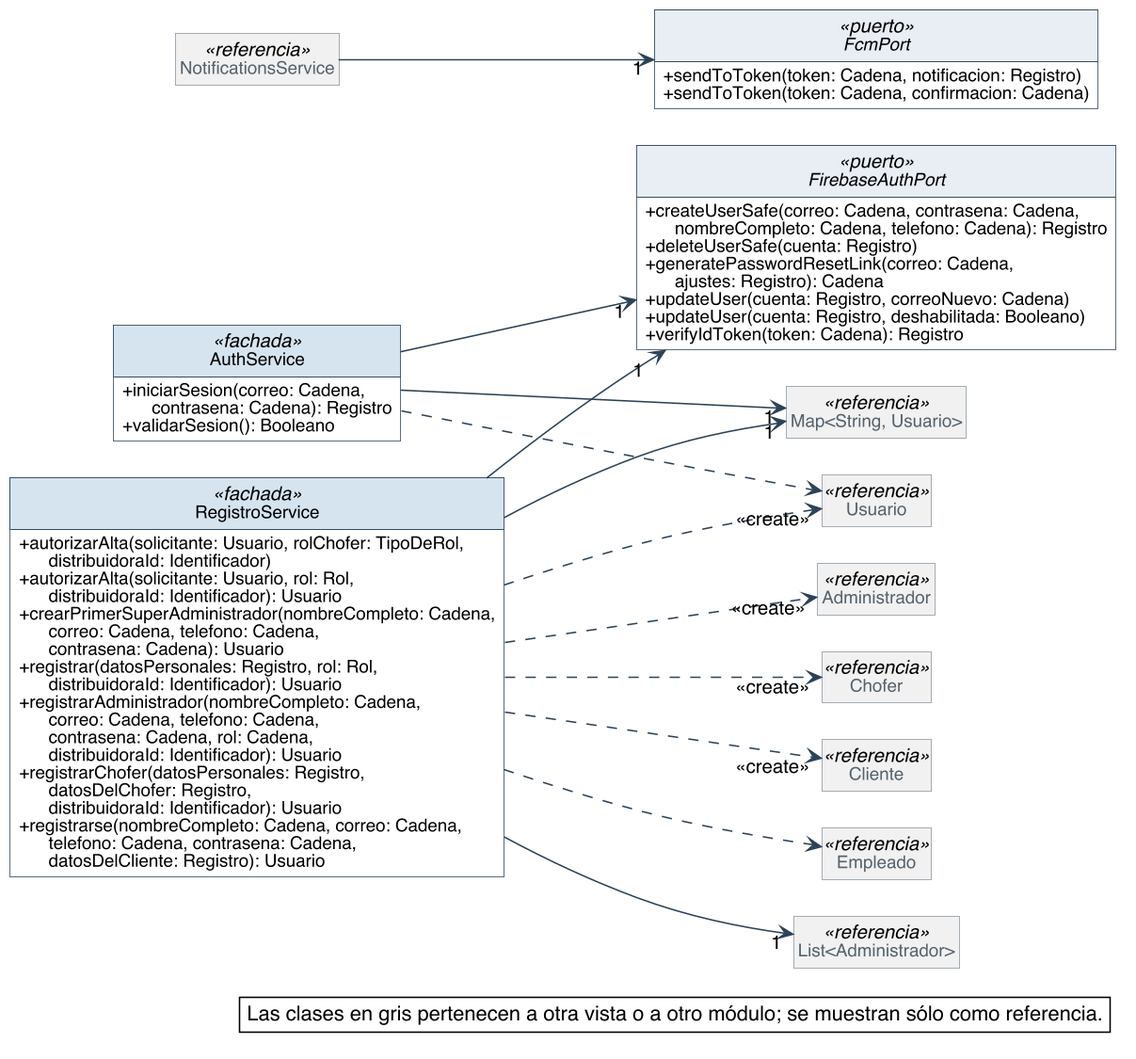
Nahuelito-Dev/splg-docs keeps this PlantUML diagram as diagramas/clases-diseno/DC_Mod_Sesion-y-registro.png. Above is the earlier version.
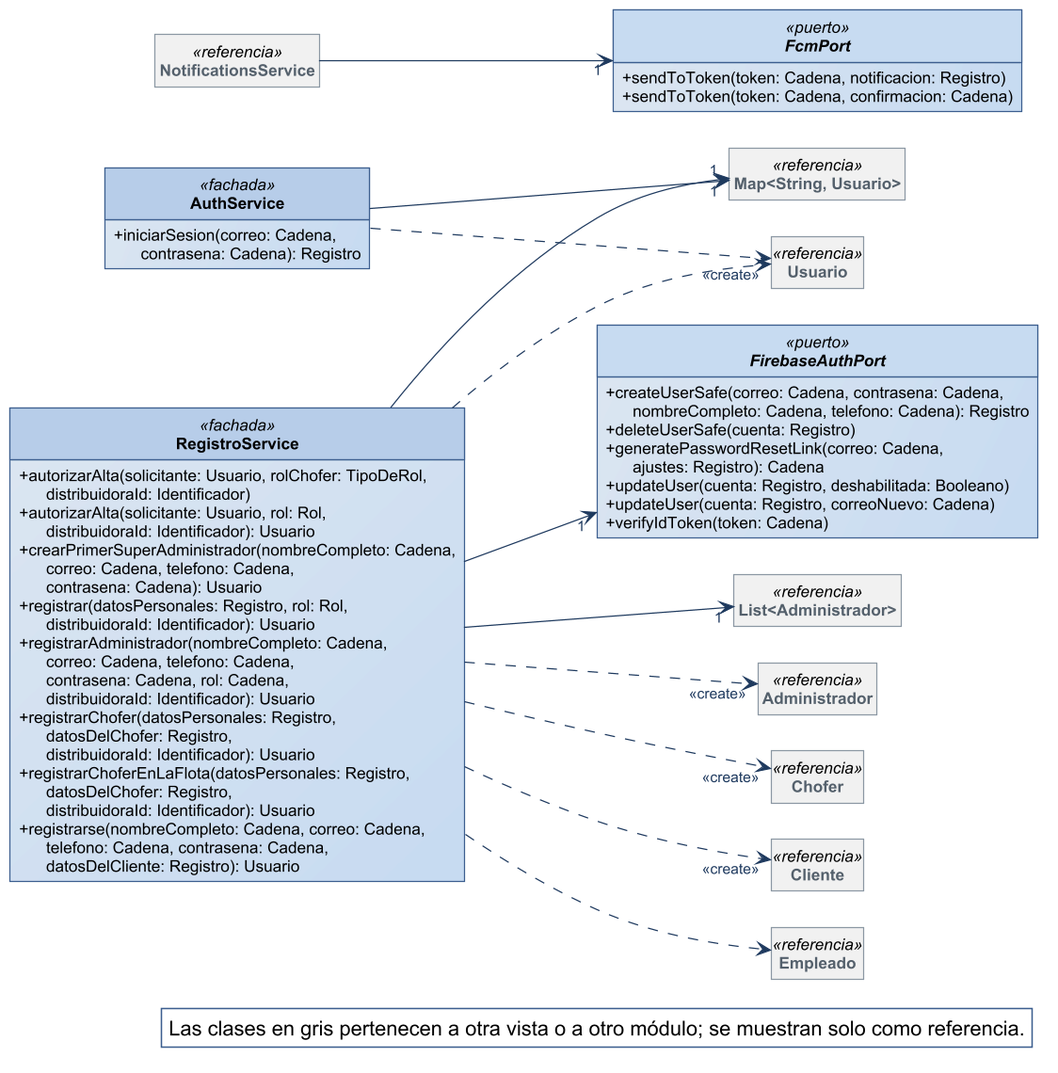
The same diagram one commit later.

What changed in the source:
```diff
@@ -1,59 +1,29 @@
 @startuml
-skinparam backgroundColor #FFFFFF
-skinparam shadowing false
-skinparam defaultFontName Helvetica
-skinparam defaultFontSize 13
-skinparam dpi 150
+!include ../estilo-vp.iuml
 skinparam nodesep 40
 skinparam ranksep 55
-skinparam classAttributeIconSize 0
-skinparam roundCorner 0
 skinparam genericDisplay old
-skinparam class {
-  BorderColor #2C4257
-  BackgroundColor #FFFFFF
-  ArrowColor #2C4257
-  FontSize 14
-  AttributeFontSize 12
-  HeaderBackgroundColor #E8EEF3
-}
 skinparam class<<referencia>> {
   BackgroundColor #F1F1F1
   BorderColor #8A97A3
   FontColor #55616C
 }
 skinparam class<<fachada>> {
-  HeaderBackgroundColor #D6E4F0
+  HeaderBackgroundColor #B7CDE8
 }
 skinparam class<<controlador>> {
-  HeaderBackgroundColor #D6E4F0
+  HeaderBackgroundColor #B7CDE8
 }
 skinparam class<<fabricación pura>> {
-  HeaderBackgroundColor #F3E9CF
+  HeaderBackgroundColor #E4ECF6
 }
 skinparam class<<colección>> {
   HeaderBackgroundColor #E6E6E6
 }
 skinparam class<<adaptador>> {
-  HeaderBackgroundColor #DCEBDD
-}
-skinparam interface {
-  BorderColor #2C4257
-  BackgroundColor #FFFFFF
-  HeaderBackgroundColor #DCEBDD
-  FontSize 14
-  AttributeFontSize 12
-}
-skinparam note {
-  BackgroundColor #FFFFFF
-  BorderColor #2C4257
+  HeaderBackgroundColor #D5E3F3
 }
 skinparam packageStyle rectangle
-skinparam package {
-  BorderColor #8A97A3
-  FontSize 13
-  FontColor #55616C
-}
 hide circle
 hide empty members
 
@@ -62,7 +32,6 @@
 skinparam ranksep 90
 class AuthService <<fachada>> {
   + iniciarSesion(correo: Cadena,\n      contrasena: Cadena): Registro
-  + validarSesion(): Booleano
 }
 class RegistroService <<fachada>> {
   + autorizarAlta(solicitante: Usuario, rolChofer: TipoDeRol,\n      distribuidoraId: Identificador)
@@ -71,15 +40,16 @@
   + registrar(datosPersonales: Registro, rol: Rol,\n      distribuidoraId: Identificador): Usuario
   + registrarAdministrador(nombreCompleto: Cadena,\n      correo: Cadena, telefono: Cadena,\n      contrasena: Cadena, rol: Cadena,\n      distribuidoraId: Identificador): Usuario
   + registrarChofer(datosPersonales: Registro,\n      datosDelChofer: Registro,\n      distribuidoraId: Identificador): Usuario
+  + registrarChoferEnLaFlota(datosPersonales: Registro,\n      datosDelChofer: Registro,\n      distribuidoraId: Identificador): Usuario
   + registrarse(nombreCompleto: Cadena, correo: Cadena,\n      telefono: Cadena, contrasena: Cadena,\n      datosDelCliente: Registro): Usuario
 }
 interface FirebaseAuthPort <<puerto>> {
   + createUserSafe(correo: Cadena, contrasena: Cadena,\n      nombreCompleto: Cadena, telefono: Cadena): Registro
   + deleteUserSafe(cuenta: Registro)
   + generatePasswordResetLink(correo: Cadena,\n      ajustes: Registro): Cadena
+  + updateUser(cuenta: Registro, deshabilitada: Booleano)
   + updateUser(cuenta: Registro, correoNuevo: Cadena)
-  + updateUser(cuenta: Registro, deshabilitada: Booleano)
-  + verifyIdToken(token: Cadena): Registro
+  + verifyIdToken(token: Cadena)
 }
 interface FcmPort <<puerto>> {
   + sendToToken(token: Cadena, notificacion: Registro)
@@ -94,7 +64,6 @@
 class Empleado <<referencia>>
 class NotificationsService <<referencia>>
 
-AuthService --> "1" FirebaseAuthPort
 AuthService --> "1" Map_String_Usuario
 RegistroService --> "1" FirebaseAuthPort
 RegistroService --> "1" List_Administrador
@@ -108,6 +77,6 @@
 NotificationsService --> "1" FcmPort
 
 legend bottom right
-  Las clases en gris pertenecen a otra vista o a otro módulo; se muestran sólo como referencia.
+  Las clases en gris pertenecen a otra vista o a otro módulo; se muestran solo como referencia.
 endlegend
 @enduml
```
